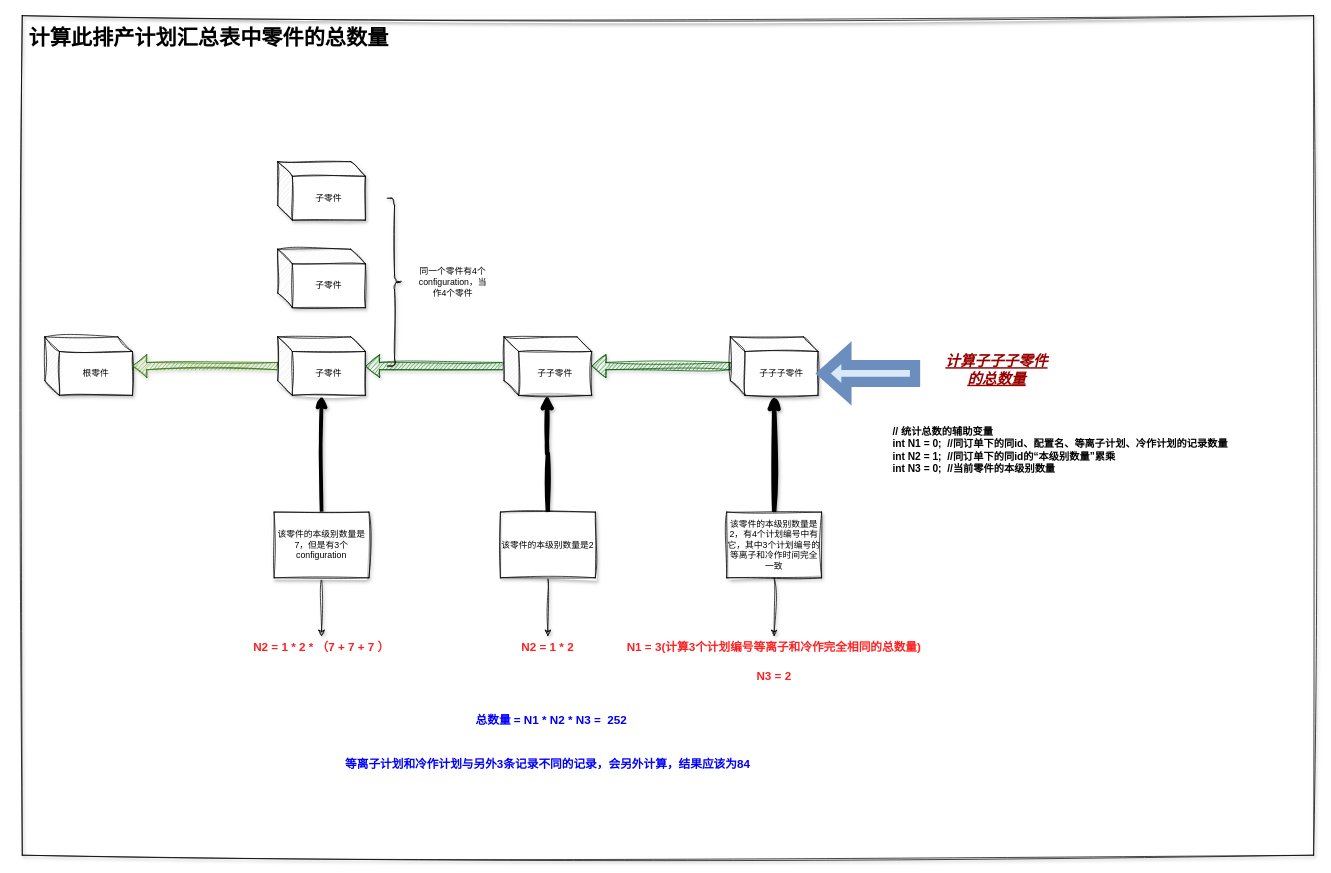
Before: 华威求总数量概念图.drawio in 177-Liukuan/MyPicture, a draw.io diagram. Source tidied: cells renumbered, new cells numbered last; positions are measured from the earlier drawing's top-left corner, leaving out a move shared by most shapes. Both pictures are drawn from the tidied source at 73%, with x=0, y=0 at pixel (15, 15).
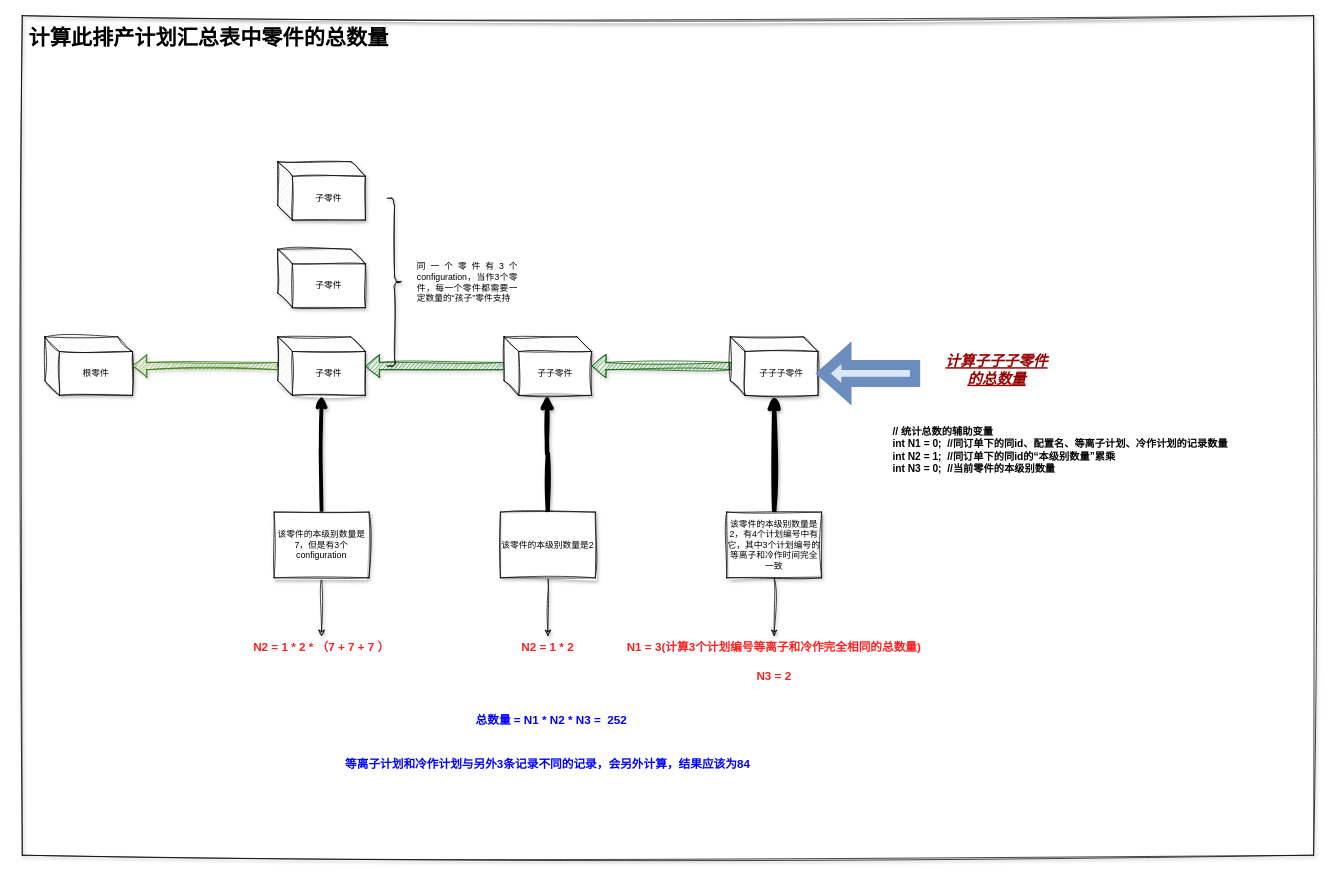
The same page after the edit.

Commit message:
更新华威求总数量概念图.drawio

Change to the diagram source:
```diff
@@
-    <mxCell id="21" value="同一个零件有4个configuration，当作4个零件" style="text;html=1;strokeColor=none;fillColor=none;align=center;verticalAlign=middle;whiteSpace=wrap;rounded=0;sketch=1;curveFitting=1;jiggle=2;shadow=1;" parent="1" vertex="1">
-      <mxGeometry x="549" y="350" width="100" height="30" as="geometry" />
+    <mxCell id="21" value="&lt;div style=&quot;text-align: justify;&quot;&gt;&lt;span style=&quot;background-color: initial;&quot;&gt;同一个零件有3个configuration，当作3个零件，每一个零件都需要一定数量的“孩子”零件支持&lt;/span&gt;&lt;/div&gt;" style="text;html=1;strokeColor=none;fillColor=none;align=center;verticalAlign=middle;whiteSpace=wrap;rounded=0;sketch=1;curveFitting=1;jiggle=2;shadow=1;" parent="1" vertex="1">
+      <mxGeometry x="549" y="350" width="140" height="30" as="geometry" />
     </mxCell>
```
